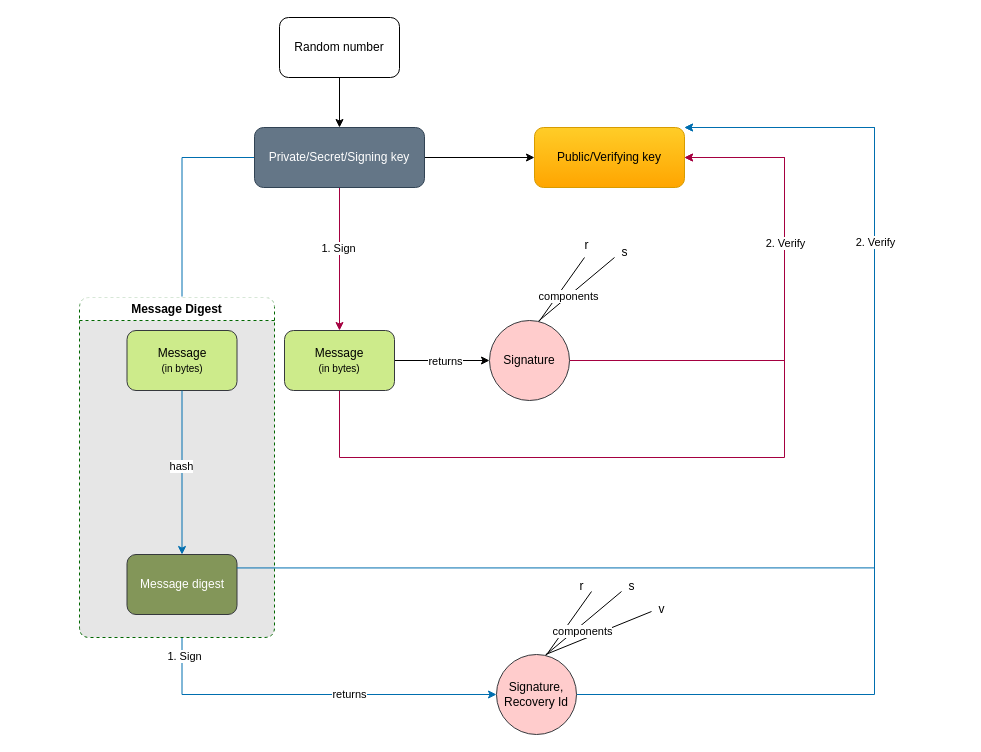
This is page "Page-1" (1 of 2) of cryptography.drawio from abhi3700/My_Learning_Cryptography, a draw.io file, before an edit. Source tidied: cells renumbered, new cells numbered last; positions are measured from the earlier drawing's top-left corner, leaving out a move shared by most shapes. Both pictures are drawn from the tidied source at 100%, with x=0, y=0 at pixel (79, 17).
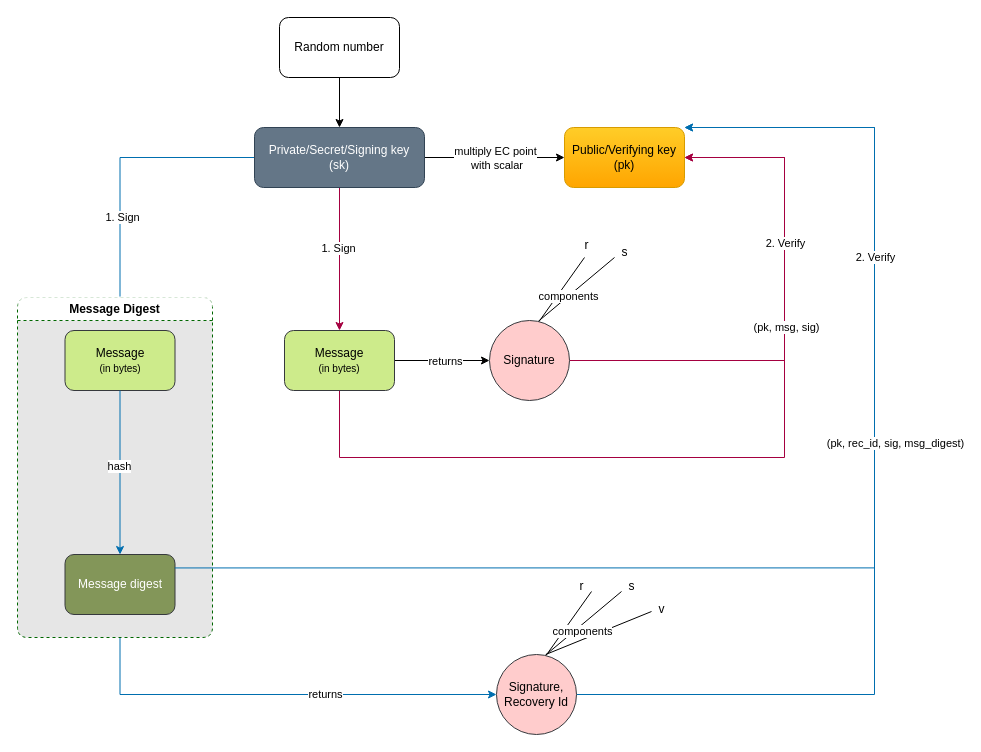
Above is the later version.

Unchanged cells that the change refers to:
```xml
<mxCell id="2" style="edgeStyle=orthogonalEdgeStyle;rounded=0;jettySize=auto;html=1;" parent="1" edge="1" source="6" target="9">
  <mxGeometry relative="1" as="geometry" />
</mxCell>
<mxCell id="21" value="Signature" style="ellipse;whiteSpace=wrap;html=1;fillColor=#ffcccc;strokeColor=#36393d;rounded=1;" parent="1" vertex="1">
  <mxGeometry x="410" y="303" width="80" height="80" as="geometry" />
</mxCell>
<mxCell id="22" style="edgeStyle=orthogonalEdgeStyle;rounded=0;jettySize=auto;html=1;entryX=0;entryY=0.5;entryDx=0;entryDy=0;exitX=0.5;exitY=1;exitDx=0;exitDy=0;fillColor=#1ba1e2;strokeColor=#006EAF;" parent="1" edge="1" source="35" target="32">
  <mxGeometry relative="1" as="geometry" />
</mxCell>
<mxCell id="38" style="edgeStyle=orthogonalEdgeStyle;rounded=0;jettySize=auto;html=1;entryX=1;entryY=0;entryDx=0;entryDy=0;fillColor=#1ba1e2;strokeColor=#006EAF;exitX=0.998;exitY=0.224;exitDx=0;exitDy=0;exitPerimeter=0;" parent="1" edge="1" source="35" target="9">
  <mxGeometry relative="1" as="geometry">
    <Array as="points">
      <mxPoint x="795" y="550" />
      <mxPoint x="795" y="110" />
    </Array>
  </mxGeometry>
</mxCell>
```

What changed in the source:
```diff
@@
+    <mxCell id="40" value="multiply EC point&lt;br&gt;&amp;nbsp;with scalar" style="edgeLabel;html=1;align=center;verticalAlign=middle;" parent="2" vertex="1">
+      <mxGeometry relative="1" as="geometry" />
+    </mxCell>
@@
-    <mxCell id="6" value="Private/Secret/Signing key" style="rounded=1;whiteSpace=wrap;html=1;fillColor=#647687;fontColor=#ffffff;strokeColor=#314354;" parent="1" vertex="1">
+    <mxCell id="6" value="Private/Secret/Signing key&lt;br&gt;(sk)" style="rounded=1;whiteSpace=wrap;html=1;fillColor=#647687;fontColor=#ffffff;strokeColor=#314354;" parent="1" vertex="1">
       <mxGeometry x="175" y="110" width="170" height="60" as="geometry" />
     </mxCell>
@@
-    <mxCell id="9" value="Public/Verifying key" style="rounded=1;whiteSpace=wrap;html=1;fillColor=#ffcd28;strokeColor=#d79b00;gradientColor=#ffa500;" parent="1" vertex="1">
-      <mxGeometry x="455" y="110" width="150" height="60" as="geometry" />
+    <mxCell id="9" value="Public/Verifying key&lt;br&gt;(pk)" style="rounded=1;whiteSpace=wrap;html=1;fillColor=#ffcd28;strokeColor=#d79b00;gradientColor=#ffa500;" parent="1" vertex="1">
+      <mxGeometry x="485" y="110" width="120" height="60" as="geometry" />
     </mxCell>
@@
-    <mxCell id="19" style="edgeStyle=orthogonalEdgeStyle;rounded=0;jettySize=auto;html=1;entryX=1;entryY=0.5;entryDx=0;entryDy=0;exitX=1;exitY=0.5;exitDx=0;exitDy=0;fillColor=#d80073;strokeColor=#A50040;" parent="1" edge="1" source="21" target="9">
+    <mxCell id="19" style="edgeStyle=orthogonalEdgeStyle;rounded=0;jettySize=auto;html=1;exitX=1;exitY=0.5;exitDx=0;exitDy=0;fillColor=#d80073;strokeColor=#A50040;" parent="1" edge="1" source="21">
       <mxGeometry relative="1" as="geometry">
+        <mxPoint x="605" y="140" as="targetPoint" />
         <Array as="points">
           <mxPoint x="705" y="343" />
           <mxPoint x="705" y="140" />
         </Array>
       </mxGeometry>
     </mxCell>
@@
+    <mxCell id="41" value="(pk, msg, sig)" style="edgeLabel;html=1;align=center;verticalAlign=middle;" parent="19" vertex="1">
+      <mxGeometry x="-0.04" y="-1" relative="1" as="geometry" />
+    </mxCell>
@@
     <mxCell id="24" value="1. Sign" style="edgeLabel;html=1;align=center;verticalAlign=middle;" parent="22" vertex="1">
-      <mxGeometry x="-0.79" y="2" relative="1" as="geometry" />
+      <mxGeometry x="-0.79" y="2" relative="1" as="geometry">
+        <mxPoint y="-446" as="offset" />
+      </mxGeometry>
     </mxCell>
@@
     <mxCell id="33" value="Message Digest" style="swimlane;whiteSpace=wrap;html=1;rounded=1;glass=1;shadow=0;dashed=1;strokeColor=#006600;gradientColor=none;swimlaneFillColor=#E6E6E6;" parent="1" vertex="1">
-      <mxGeometry y="280" width="195" height="340" as="geometry" />
+      <mxGeometry x="-62" y="280" width="195" height="340" as="geometry" />
     </mxCell>
@@
+    <mxCell id="42" value="(pk, rec_id, sig, msg_digest)" style="edgeLabel;html=1;align=center;verticalAlign=middle;" parent="38" vertex="1">
+      <mxGeometry x="0.24" y="1" relative="1" as="geometry">
+        <mxPoint x="21" as="offset" />
+      </mxGeometry>
+    </mxCell>
```
